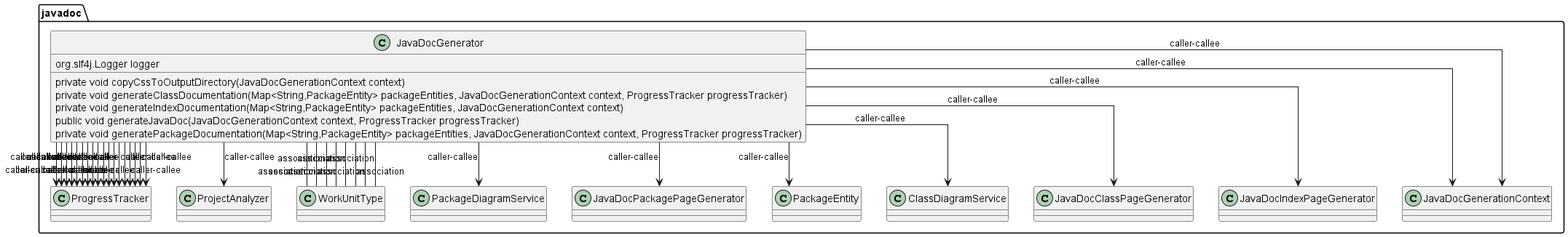
jags-programming/j2arch keeps this PlantUML diagram as umldoc/images/com_pjsoft_j2arch_docgen_javadoc_package.png. Above is the earlier version. The source it was exported from:
```plantuml
@startuml
skinparam linetype Ortho
package javadoc {
class JavaDocGenerator {
    org.slf4j.Logger logger
    private void copyCssToOutputDirectory(JavaDocGenerationContext context)
    private void generateClassDocumentation(Map<String,PackageEntity> packageEntities, JavaDocGenerationContext context, ProgressTracker progressTracker)
    private void generateIndexDocumentation(Map<String,PackageEntity> packageEntities, JavaDocGenerationContext context)
    public void generateJavaDoc(JavaDocGenerationContext context, ProgressTracker progressTracker)
    private void generatePackageDocumentation(Map<String,PackageEntity> packageEntities, JavaDocGenerationContext context, ProgressTracker progressTracker)
}
JavaDocGenerator --> ProgressTracker : caller-callee
JavaDocGenerator --> ProjectAnalyzer : caller-callee
JavaDocGenerator --> ProgressTracker : caller-callee
JavaDocGenerator --> ProgressTracker : caller-callee
JavaDocGenerator --> ProgressTracker : caller-callee
JavaDocGenerator --> ProgressTracker : caller-callee
JavaDocGenerator --> ProgressTracker : caller-callee
JavaDocGenerator --> ProgressTracker : caller-callee
JavaDocGenerator --> ProgressTracker : caller-callee
JavaDocGenerator --> ProgressTracker : caller-callee
JavaDocGenerator --> ProgressTracker : caller-callee
JavaDocGenerator --> ProgressTracker : caller-callee
JavaDocGenerator --> ProgressTracker : caller-callee
JavaDocGenerator --> ProgressTracker : caller-callee
JavaDocGenerator --> ProgressTracker : caller-callee
JavaDocGenerator -- WorkUnitType : association
JavaDocGenerator -- WorkUnitType : association
JavaDocGenerator -- WorkUnitType : association
JavaDocGenerator -- WorkUnitType : association
JavaDocGenerator --> ProgressTracker : caller-callee
JavaDocGenerator --> PackageDiagramService : caller-callee
JavaDocGenerator --> JavaDocPackagePageGenerator : caller-callee
JavaDocGenerator --> ProgressTracker : caller-callee
JavaDocGenerator -- WorkUnitType : association
JavaDocGenerator -- WorkUnitType : association
JavaDocGenerator --> ProgressTracker : caller-callee
JavaDocGenerator --> PackageEntity : caller-callee
JavaDocGenerator --> ClassDiagramService : caller-callee
JavaDocGenerator --> JavaDocClassPageGenerator : caller-callee
JavaDocGenerator --> ProgressTracker : caller-callee
JavaDocGenerator -- WorkUnitType : association
JavaDocGenerator -- WorkUnitType : association
JavaDocGenerator --> JavaDocIndexPageGenerator : caller-callee
JavaDocGenerator --> JavaDocGenerationContext : caller-callee
JavaDocGenerator --> JavaDocGenerationContext : caller-callee
}
@enduml
```
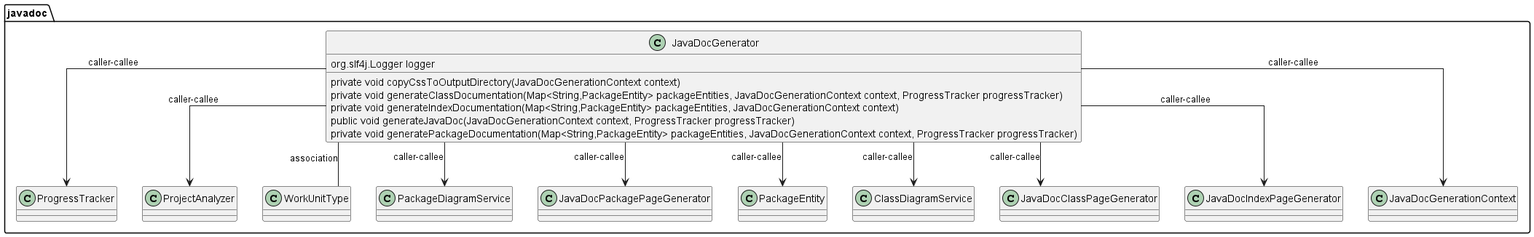
After the commit.

Change to the diagram source:
```diff
@@ -11,38 +11,13 @@
 }
 JavaDocGenerator --> ProgressTracker : caller-callee
 JavaDocGenerator --> ProjectAnalyzer : caller-callee
-JavaDocGenerator --> ProgressTracker : caller-callee
-JavaDocGenerator --> ProgressTracker : caller-callee
-JavaDocGenerator --> ProgressTracker : caller-callee
-JavaDocGenerator --> ProgressTracker : caller-callee
-JavaDocGenerator --> ProgressTracker : caller-callee
-JavaDocGenerator --> ProgressTracker : caller-callee
-JavaDocGenerator --> ProgressTracker : caller-callee
-JavaDocGenerator --> ProgressTracker : caller-callee
-JavaDocGenerator --> ProgressTracker : caller-callee
-JavaDocGenerator --> ProgressTracker : caller-callee
-JavaDocGenerator --> ProgressTracker : caller-callee
-JavaDocGenerator --> ProgressTracker : caller-callee
-JavaDocGenerator --> ProgressTracker : caller-callee
 JavaDocGenerator -- WorkUnitType : association
-JavaDocGenerator -- WorkUnitType : association
-JavaDocGenerator -- WorkUnitType : association
-JavaDocGenerator -- WorkUnitType : association
-JavaDocGenerator --> ProgressTracker : caller-callee
 JavaDocGenerator --> PackageDiagramService : caller-callee
 JavaDocGenerator --> JavaDocPackagePageGenerator : caller-callee
-JavaDocGenerator --> ProgressTracker : caller-callee
-JavaDocGenerator -- WorkUnitType : association
-JavaDocGenerator -- WorkUnitType : association
-JavaDocGenerator --> ProgressTracker : caller-callee
 JavaDocGenerator --> PackageEntity : caller-callee
 JavaDocGenerator --> ClassDiagramService : caller-callee
 JavaDocGenerator --> JavaDocClassPageGenerator : caller-callee
-JavaDocGenerator --> ProgressTracker : caller-callee
-JavaDocGenerator -- WorkUnitType : association
-JavaDocGenerator -- WorkUnitType : association
 JavaDocGenerator --> JavaDocIndexPageGenerator : caller-callee
-JavaDocGenerator --> JavaDocGenerationContext : caller-callee
 JavaDocGenerator --> JavaDocGenerationContext : caller-callee
 }
 @enduml
```
